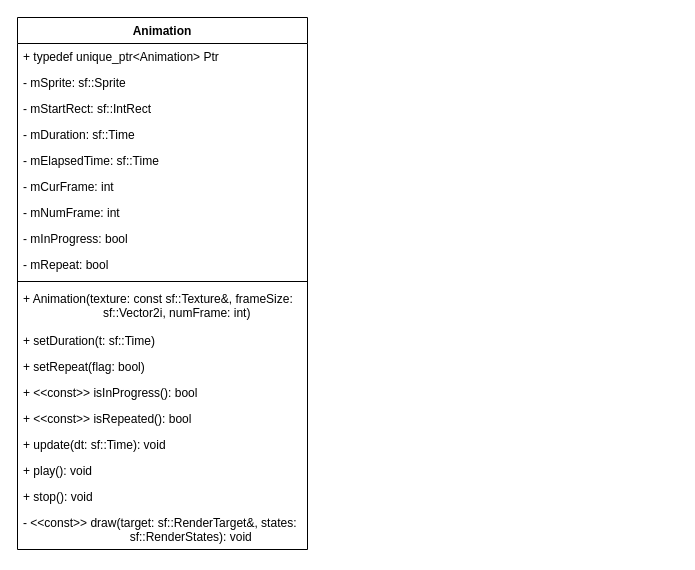
The draw.io diagram Class-Diagrams/Animation.drawio in slo248/CS202-Crossy-Road, before the edit. Source tidied: cells renumbered, new cells numbered last; positions are measured from the earlier drawing's top-left corner, leaving out a move shared by most shapes. Both pictures are drawn from the tidied source at 100%, with x=0, y=0 at pixel (17, 17).
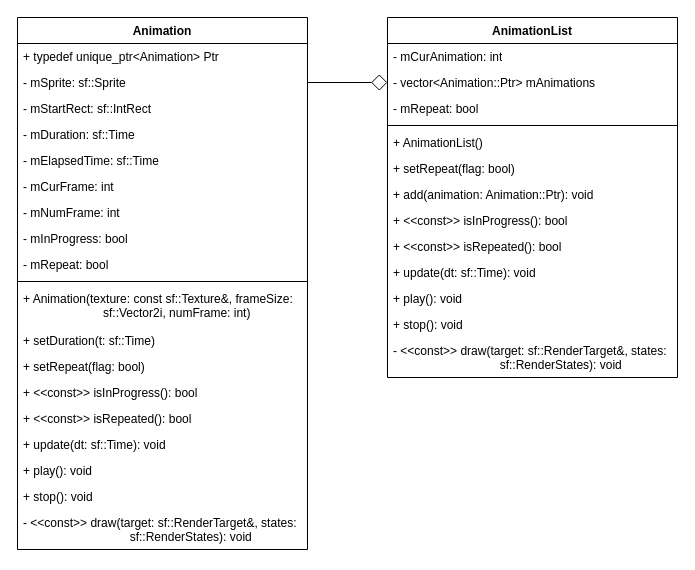
The same diagram, later.

Unchanged cells that the change refers to:
```xml
<mxCell id="4" value="- mSprite: sf::Sprite" style="text;strokeColor=none;fillColor=none;align=left;verticalAlign=top;spacingLeft=4;spacingRight=4;overflow=hidden;points=[[0,0.5],[1,0.5]];portConstraint=eastwest;whiteSpace=wrap;html=1;" parent="2" vertex="1">
  <mxGeometry y="52" width="290" height="26" as="geometry" />
</mxCell>
```

Diff of the diagram source:
```diff
@@
+    <mxCell id="22" value="AnimationList" style="swimlane;fontStyle=1;align=center;verticalAlign=top;horizontal=1;startSize=26;whiteSpace=wrap;html=1;" parent="1" vertex="1">
+      <mxGeometry x="370" width="290" height="360" as="geometry" />
+    </mxCell>
+    <mxCell id="23" value="- mCurAnimation: int" style="text;strokeColor=none;fillColor=none;align=left;verticalAlign=top;spacingLeft=4;spacingRight=4;overflow=hidden;whiteSpace=wrap;html=1;" parent="22" vertex="1">
+      <mxGeometry y="26" width="290" height="26" as="geometry" />
+    </mxCell>
+    <mxCell id="24" value="- vector&amp;lt;Animation::Ptr&amp;gt; mAnimations" style="text;strokeColor=none;fillColor=none;align=left;verticalAlign=top;spacingLeft=4;spacingRight=4;overflow=hidden;points=[[0,0.5],[1,0.5]];portConstraint=eastwest;whiteSpace=wrap;html=1;" parent="22" vertex="1">
+      <mxGeometry y="52" width="290" height="26" as="geometry" />
+    </mxCell>
+    <mxCell id="25" value="- mRepeat: bool" style="text;strokeColor=none;fillColor=none;align=left;verticalAlign=top;spacingLeft=4;spacingRight=4;overflow=hidden;whiteSpace=wrap;html=1;" parent="22" vertex="1">
+      <mxGeometry y="78" width="290" height="26" as="geometry" />
+    </mxCell>
+    <mxCell id="26" style="line;strokeWidth=1;fillColor=none;align=left;verticalAlign=middle;spacingTop=-1;spacingLeft=3;spacingRight=3;labelPosition=right;strokeColor=inherit;" parent="22" vertex="1">
+      <mxGeometry y="104" width="290" height="8" as="geometry" />
+    </mxCell>
+    <mxCell id="27" value="+ AnimationList()" style="text;strokeColor=none;fillColor=none;align=left;verticalAlign=top;spacingLeft=4;spacingRight=4;overflow=hidden;whiteSpace=wrap;html=1;" parent="22" vertex="1">
+      <mxGeometry y="112" width="290" height="26" as="geometry" />
+    </mxCell>
+    <mxCell id="28" value="+ setRepeat(flag: bool)" style="text;strokeColor=none;fillColor=none;align=left;verticalAlign=top;spacingLeft=4;spacingRight=4;overflow=hidden;whiteSpace=wrap;html=1;" parent="22" vertex="1">
+      <mxGeometry y="138" width="290" height="26" as="geometry" />
+    </mxCell>
+    <mxCell id="29" value="+ add(animation: Animation::Ptr): void" style="text;strokeColor=none;fillColor=none;align=left;verticalAlign=top;spacingLeft=4;spacingRight=4;overflow=hidden;whiteSpace=wrap;html=1;" parent="22" vertex="1">
+      <mxGeometry y="164" width="290" height="26" as="geometry" />
+    </mxCell>
+    <mxCell id="30" value="+ &amp;lt;&amp;lt;const&amp;gt;&amp;gt; isInProgress(): bool" style="text;strokeColor=none;fillColor=none;align=left;verticalAlign=top;spacingLeft=4;spacingRight=4;overflow=hidden;whiteSpace=wrap;html=1;" parent="22" vertex="1">
+      <mxGeometry y="190" width="290" height="26" as="geometry" />
+    </mxCell>
+    <mxCell id="31" value="+ &amp;lt;&amp;lt;const&amp;gt;&amp;gt; isRepeated(): bool" style="text;strokeColor=none;fillColor=none;align=left;verticalAlign=top;spacingLeft=4;spacingRight=4;overflow=hidden;whiteSpace=wrap;html=1;" parent="22" vertex="1">
+      <mxGeometry y="216" width="290" height="26" as="geometry" />
+    </mxCell>
+    <mxCell id="32" value="+ update(dt: sf::Time): void" style="text;strokeColor=none;fillColor=none;align=left;verticalAlign=top;spacingLeft=4;spacingRight=4;overflow=hidden;whiteSpace=wrap;html=1;" parent="22" vertex="1">
+      <mxGeometry y="242" width="290" height="26" as="geometry" />
+    </mxCell>
+    <mxCell id="33" value="+ play(): void" style="text;strokeColor=none;fillColor=none;align=left;verticalAlign=top;spacingLeft=4;spacingRight=4;overflow=hidden;whiteSpace=wrap;html=1;" parent="22" vertex="1">
+      <mxGeometry y="268" width="290" height="26" as="geometry" />
+    </mxCell>
+    <mxCell id="34" value="+ stop(): void" style="text;strokeColor=none;fillColor=none;align=left;verticalAlign=top;spacingLeft=4;spacingRight=4;overflow=hidden;whiteSpace=wrap;html=1;" parent="22" vertex="1">
+      <mxGeometry y="294" width="290" height="26" as="geometry" />
+    </mxCell>
+    <mxCell id="35" value="- &amp;lt;&amp;lt;const&amp;gt;&amp;gt; draw(target: sf::RenderTarget&amp;amp;, states: &lt;span style=&quot;white-space: pre;&quot;&gt;&#9;&lt;/span&gt;&lt;span style=&quot;white-space: pre;&quot;&gt;&#9;&lt;/span&gt;&lt;span style=&quot;white-space: pre;&quot;&gt;&#9;&lt;/span&gt;&lt;span style=&quot;white-space: pre;&quot;&gt;&#9;&lt;/span&gt;sf::RenderStates): void" style="text;strokeColor=none;fillColor=none;align=left;verticalAlign=top;spacingLeft=4;spacingRight=4;overflow=hidden;whiteSpace=wrap;html=1;" parent="22" vertex="1">
+      <mxGeometry y="320" width="290" height="40" as="geometry" />
+    </mxCell>
+    <mxCell id="36" style="edgeStyle=orthogonalEdgeStyle;rounded=0;jettySize=auto;html=1;exitX=1;exitY=0.5;exitDx=0;exitDy=0;entryX=0;entryY=0.5;entryDx=0;entryDy=0;endArrow=diamond;endFill=0;endSize=14;" parent="1" edge="1" source="4" target="24">
+      <mxGeometry relative="1" as="geometry" />
+    </mxCell>
```
